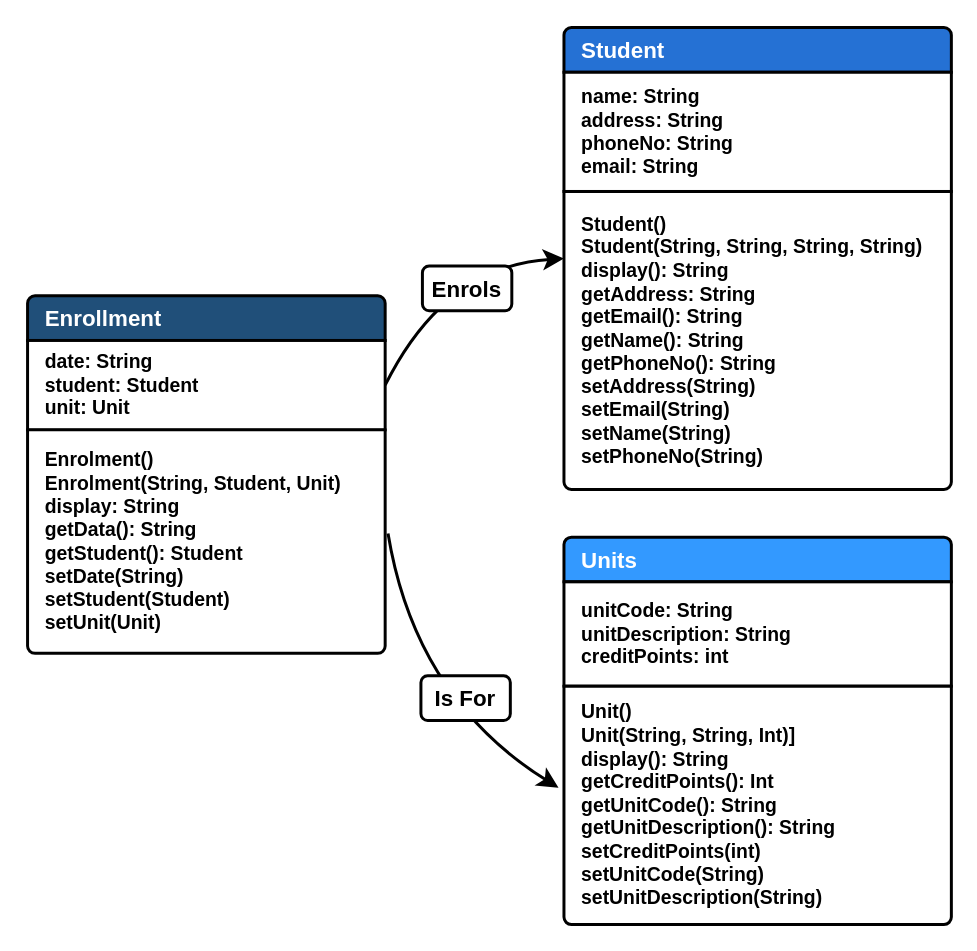
Earlier version of the draw.io diagram Java/Assesment Rolling Project/ClassArchitecture.drawio (ByteToBits/CompScience). Source tidied: cells renumbered, new cells numbered last; positions are measured from the earlier drawing's top-left corner, leaving out a move shared by most shapes. Both pictures are drawn from the tidied source at 149%, with x=0, y=0 at pixel (27, 27).
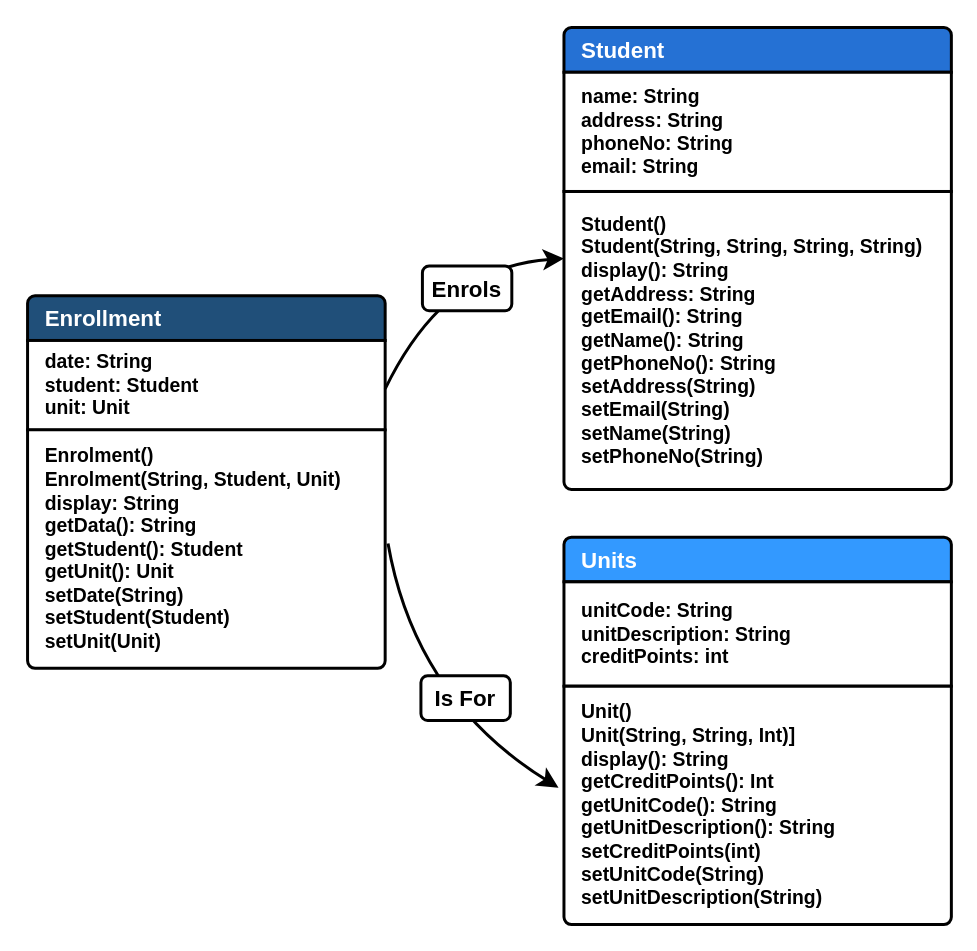
The same diagram, later.

Diff of the diagram source:
```diff
@@
     <mxCell id="2" style="swimlane;fontStyle=1;horizontal=1;startSize=0;whiteSpace=wrap;html=1;strokeColor=none;fillColor=none;strokeWidth=2;labelPadding=0;labelBorderColor=none;fontSize=13;shadow=0;perimeterSpacing=0;swimlaneLine=0;" parent="1" vertex="1">
-      <mxGeometry y="180" width="240" height="240" as="geometry" />
+      <mxGeometry y="180" width="240" height="250" as="geometry" />
     </mxCell>
@@
-    <mxCell id="5" value="Enrolment()&lt;div style=&quot;font-size: 13px;&quot;&gt;Enrolment(String, Student, Unit)&lt;/div&gt;&lt;div style=&quot;font-size: 13px;&quot;&gt;display: String&lt;/div&gt;&lt;div style=&quot;font-size: 13px;&quot;&gt;getData(): String&lt;/div&gt;&lt;div style=&quot;font-size: 13px;&quot;&gt;getStudent(): Student&lt;/div&gt;&lt;div style=&quot;font-size: 13px;&quot;&gt;setDate(String)&lt;/div&gt;&lt;div style=&quot;font-size: 13px;&quot;&gt;setStudent(Student)&lt;/div&gt;&lt;div style=&quot;font-size: 13px;&quot;&gt;setUnit(Unit)&lt;/div&gt;" style="text;strokeColor=default;fillColor=#FFFFFF;align=left;verticalAlign=middle;spacingLeft=10;spacingRight=10;overflow=hidden;whiteSpace=wrap;html=1;shape=mxgraph.bootstrap.bottomButton;rSize=5;fontColor=#000000;strokeWidth=2;labelPadding=0;labelBorderColor=none;fontSize=13;fontStyle=1;shadow=0;perimeterSpacing=0;swimlaneLine=0;" parent="2" vertex="1">
-      <mxGeometry y="90" width="240" height="150" as="geometry" />
+    <mxCell id="5" value="Enrolment()&lt;div style=&quot;font-size: 13px;&quot;&gt;Enrolment(String, Student, Unit)&lt;/div&gt;&lt;div style=&quot;font-size: 13px;&quot;&gt;display: String&lt;/div&gt;&lt;div style=&quot;font-size: 13px;&quot;&gt;getData(): String&lt;/div&gt;&lt;div style=&quot;font-size: 13px;&quot;&gt;getStudent(): Student&lt;/div&gt;&lt;div style=&quot;font-size: 13px;&quot;&gt;getUnit(): Unit&lt;/div&gt;&lt;div style=&quot;font-size: 13px;&quot;&gt;setDate(String)&lt;/div&gt;&lt;div style=&quot;font-size: 13px;&quot;&gt;setStudent(Student)&lt;/div&gt;&lt;div style=&quot;font-size: 13px;&quot;&gt;setUnit(Unit)&lt;/div&gt;" style="text;strokeColor=default;fillColor=#FFFFFF;align=left;verticalAlign=middle;spacingLeft=10;spacingRight=10;overflow=hidden;whiteSpace=wrap;html=1;shape=mxgraph.bootstrap.bottomButton;rSize=5;fontColor=#000000;strokeWidth=2;labelPadding=0;labelBorderColor=none;fontSize=13;fontStyle=1;shadow=0;perimeterSpacing=0;swimlaneLine=0;" parent="2" vertex="1">
+      <mxGeometry y="90" width="240" height="160" as="geometry" />
     </mxCell>
```
